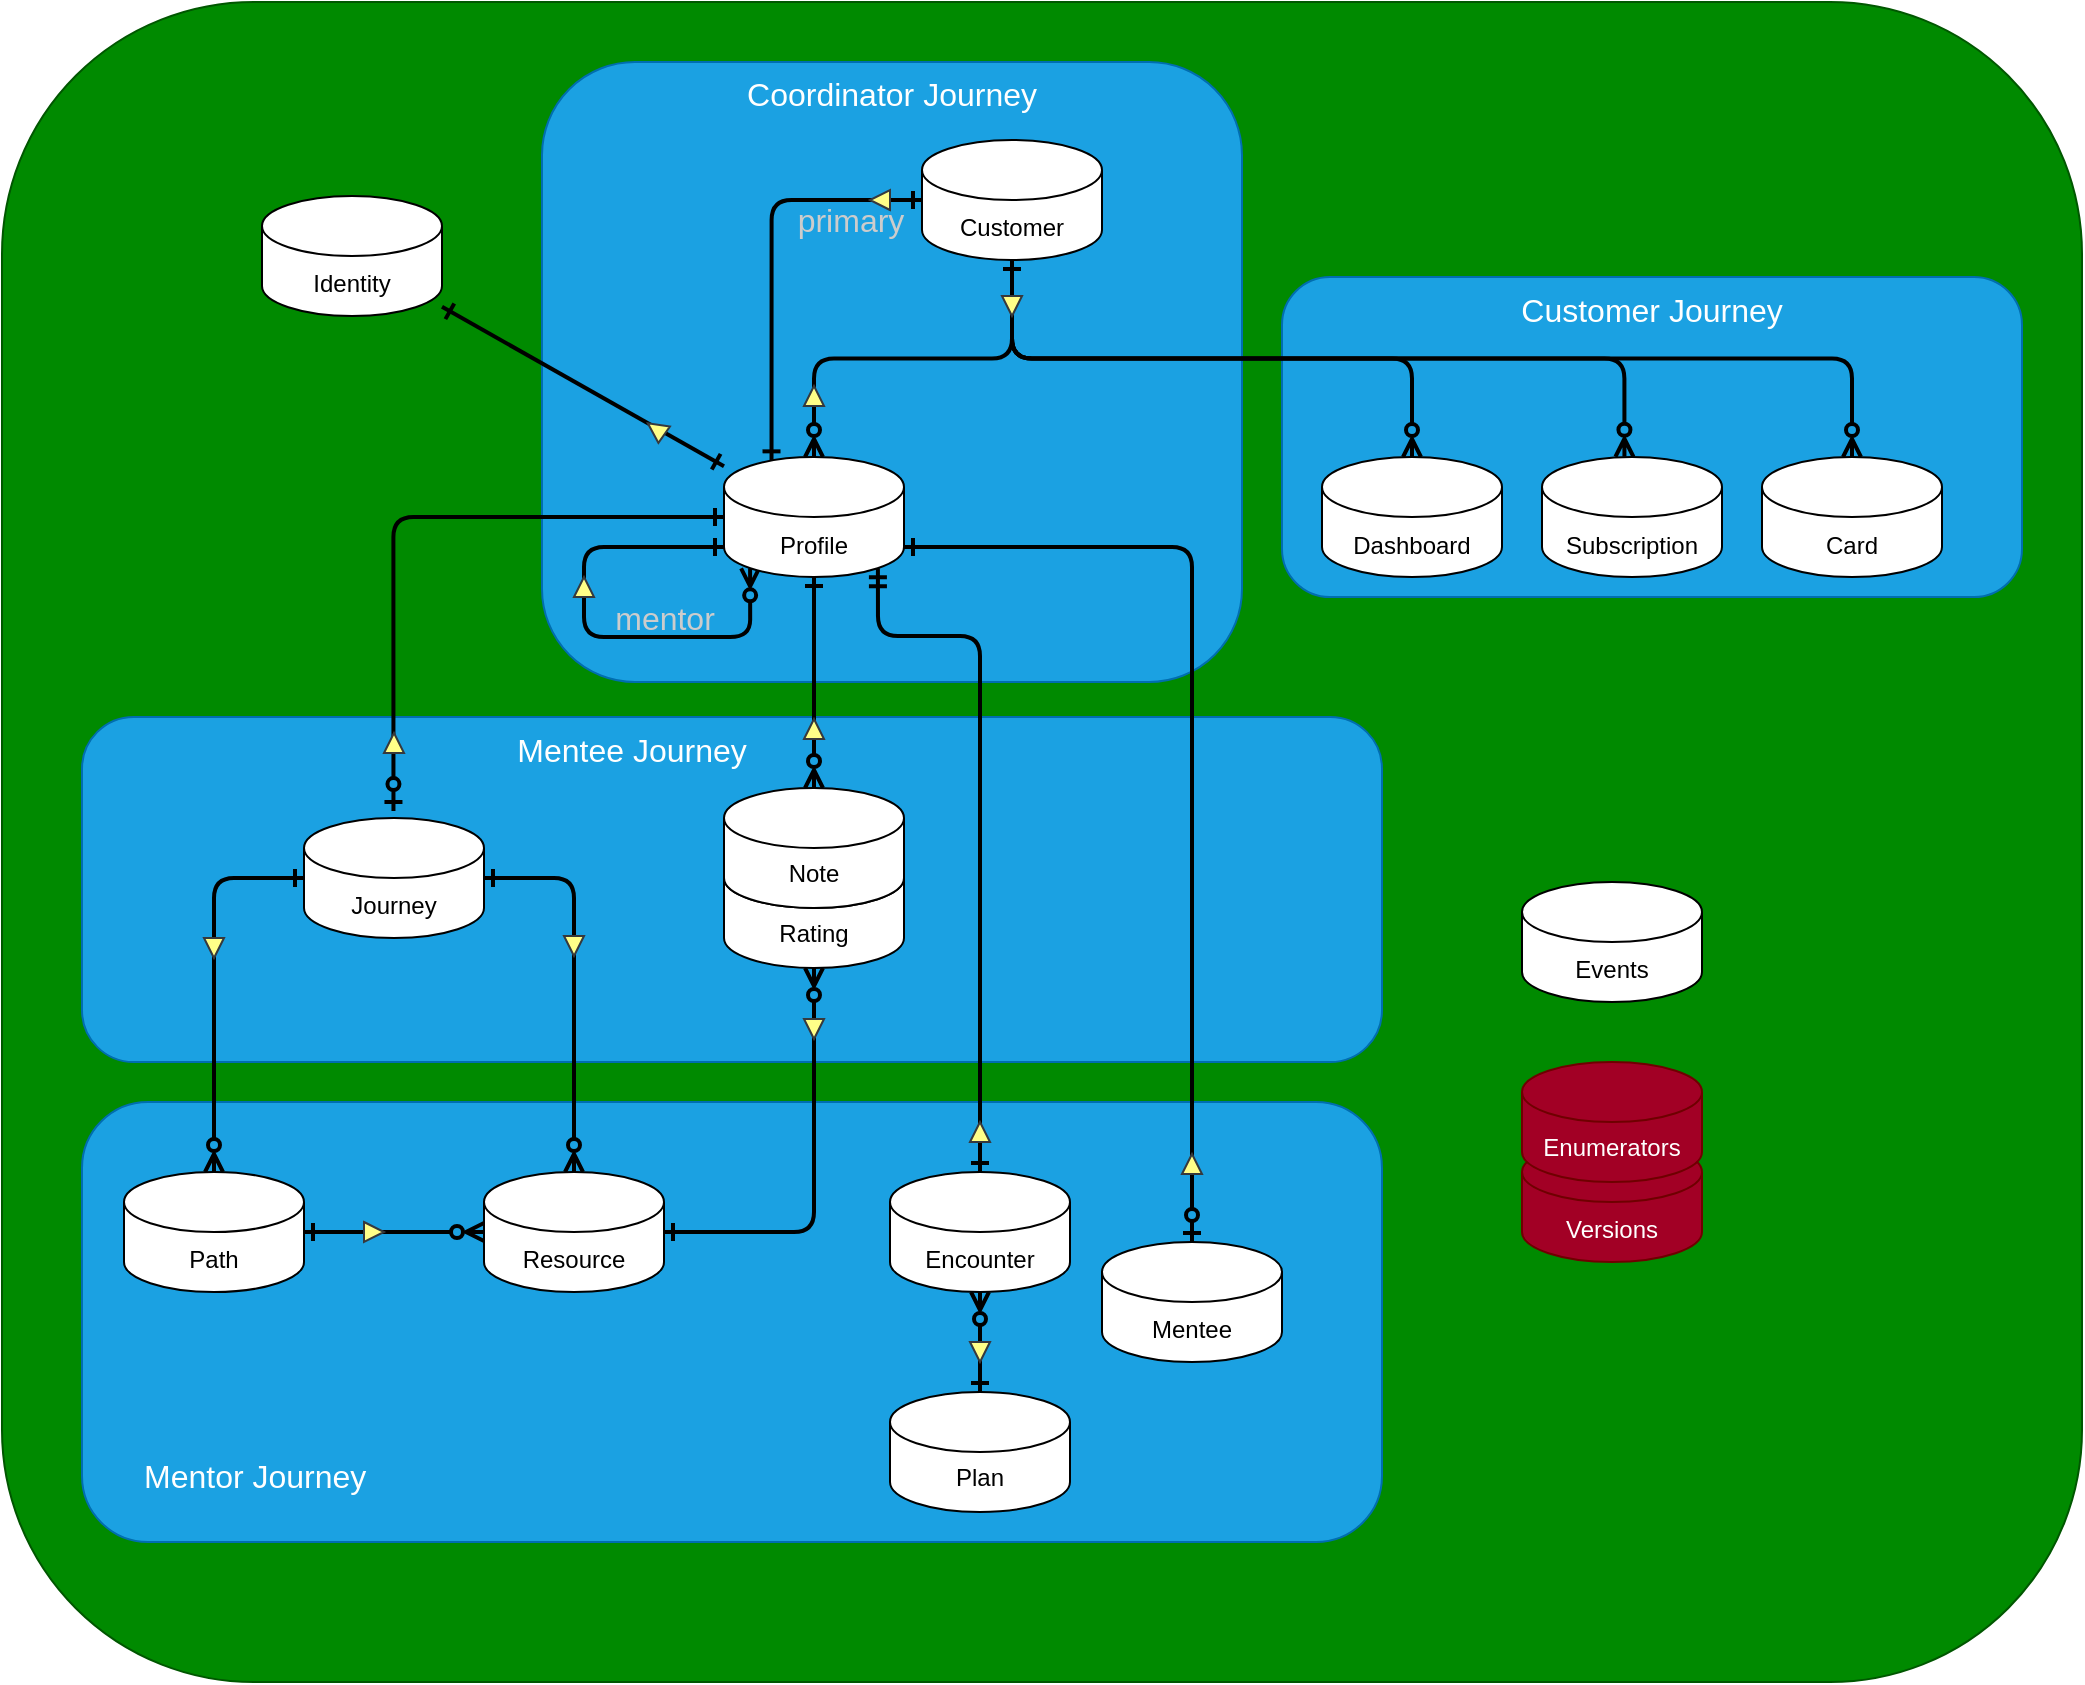
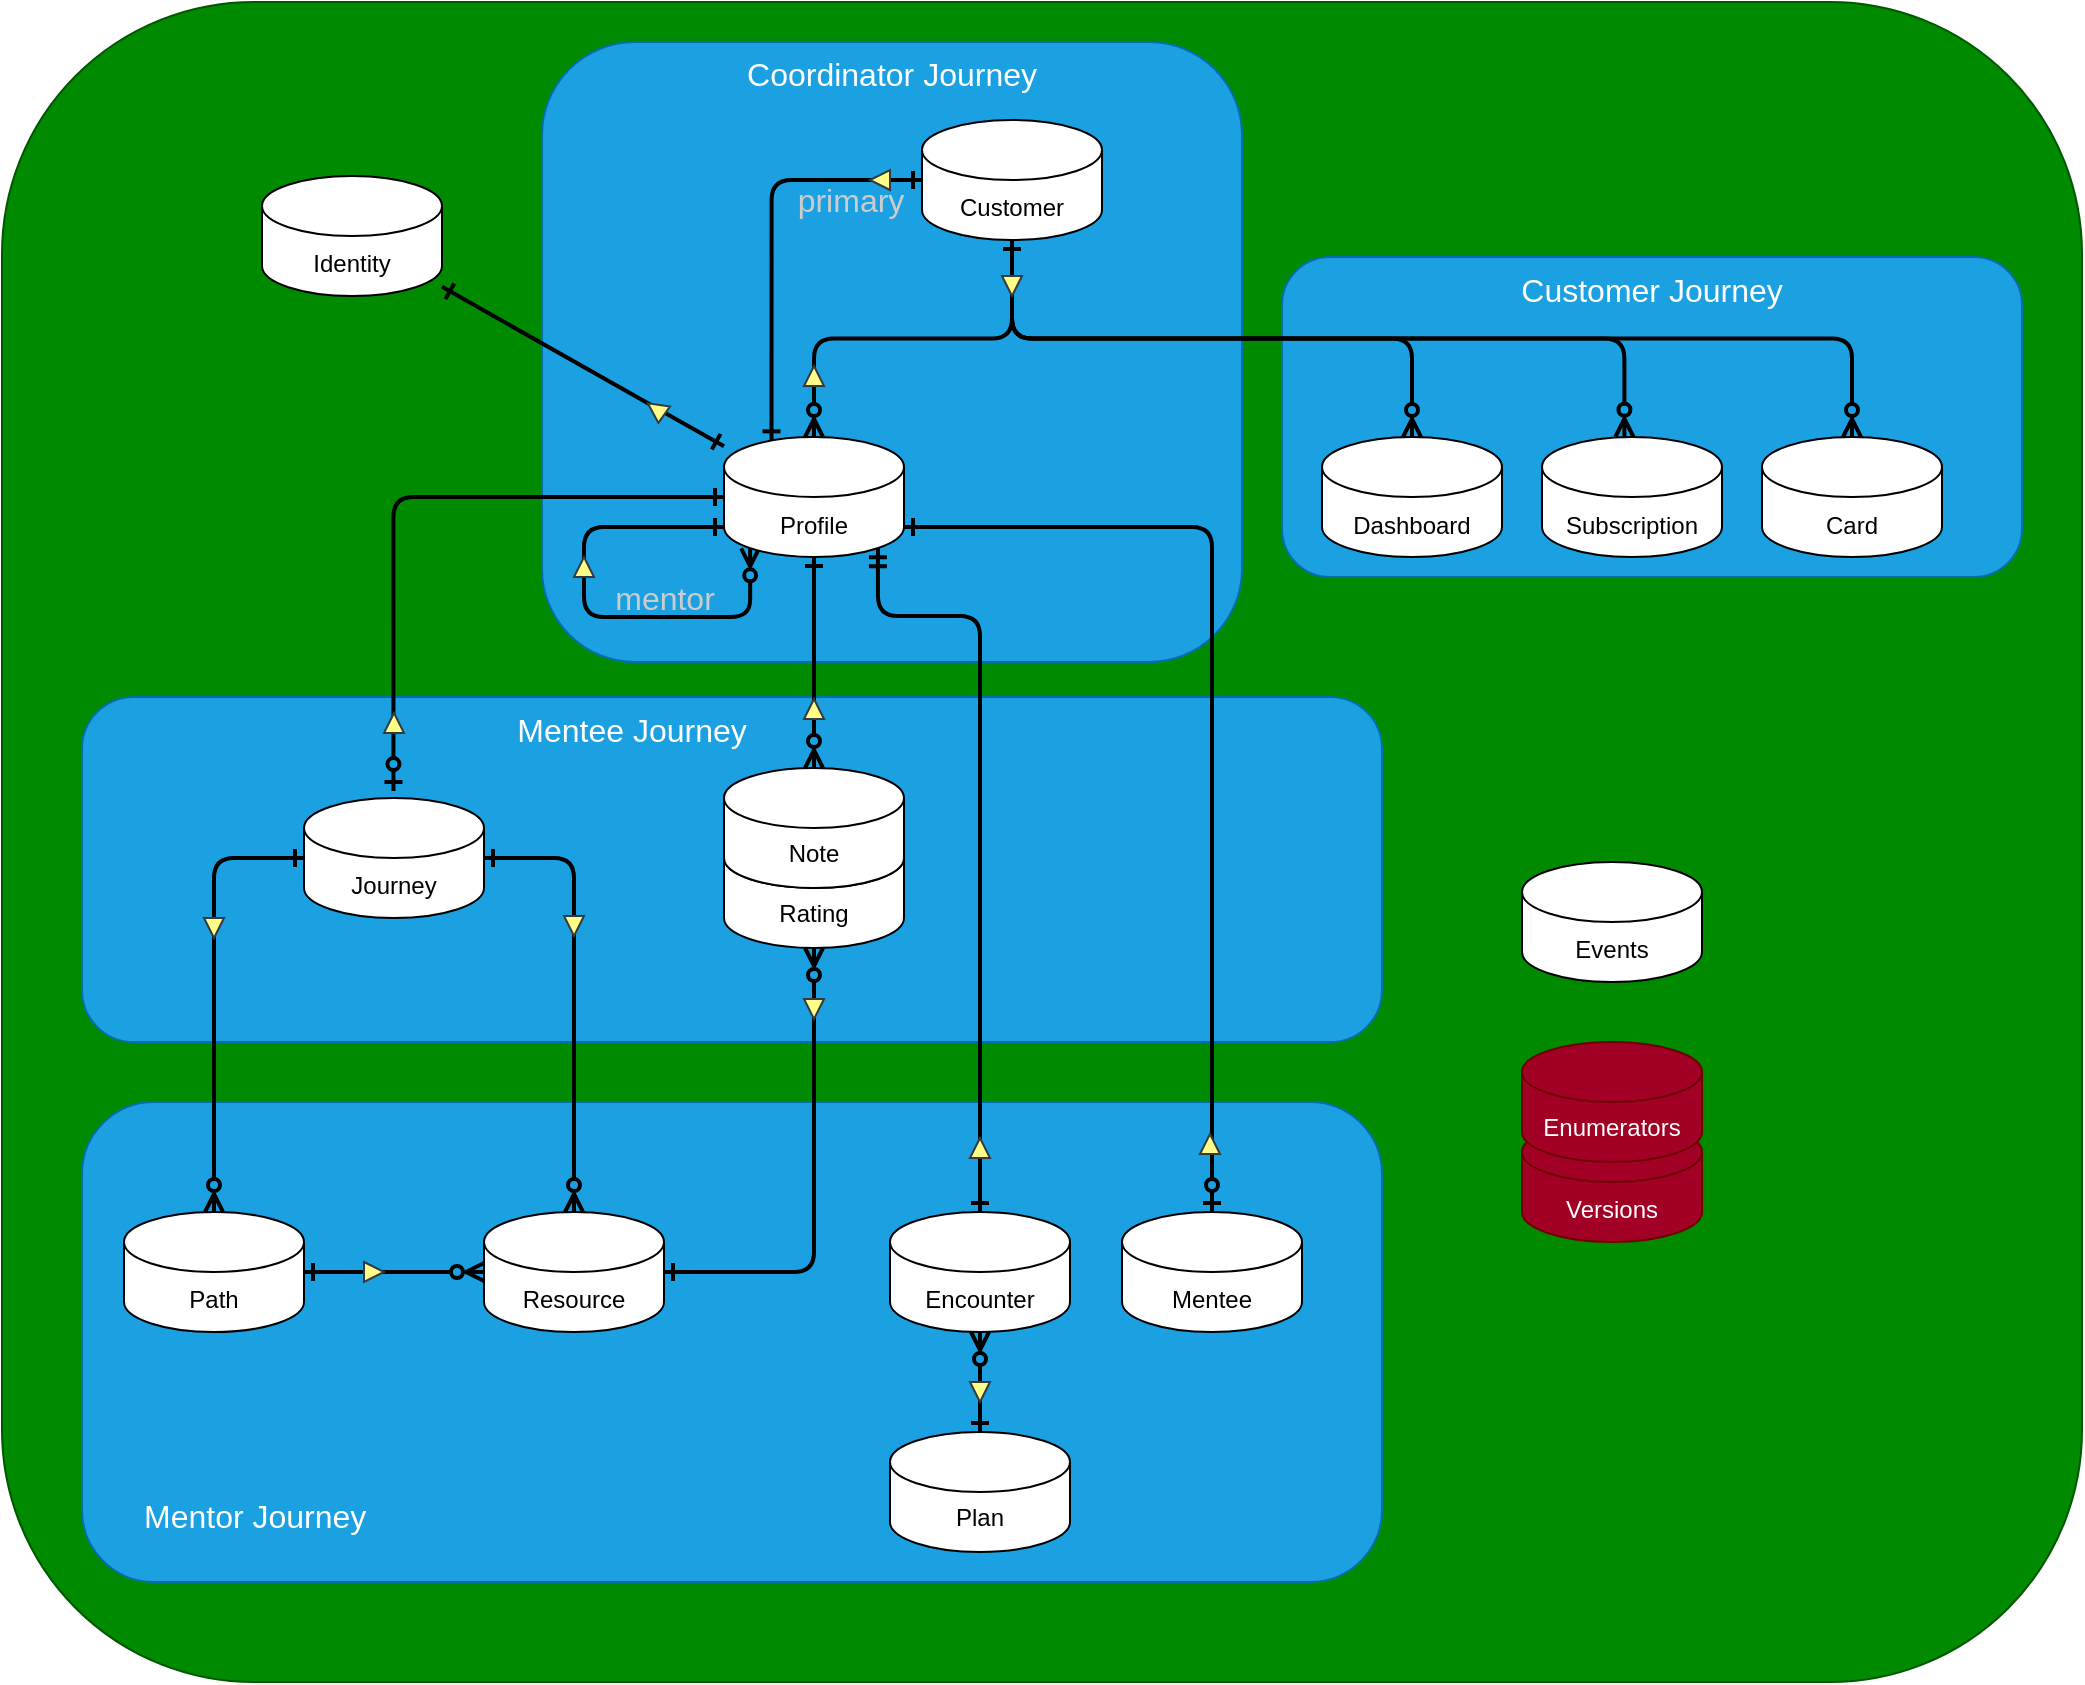
<mxfile host="65bd71144e">
    <diagram id="nsF3EkEgO6K0eGQtcs9W" name="Page-1">
-         <mxGraphModel dx="3095" dy="3278" grid="1" gridSize="10" guides="1" tooltips="1" connect="1" arrows="1" fold="1" page="1" pageScale="1" pageWidth="850" pageHeight="1100" math="0" shadow="0">
+         <mxGraphModel dx="2745" dy="3278" grid="1" gridSize="10" guides="1" tooltips="1" connect="1" arrows="1" fold="1" page="1" pageScale="1" pageWidth="850" pageHeight="1100" math="0" shadow="0">
            <root>
                <mxCell id="0"/>
                <mxCell id="1" parent="0"/>
                <mxCell id="32" value="" style="rounded=1;whiteSpace=wrap;html=1;fillColor=#008a00;strokeColor=#005700;fontColor=#ffffff;" parent="1" vertex="1">
-                     <mxGeometry x="-820" y="-2160" width="1040" height="840" as="geometry"/>
+                     <mxGeometry x="-820" y="-2150" width="1040" height="840" as="geometry"/>
                </mxCell>
                <mxCell id="59" value="Mentor Journey" style="rounded=1;whiteSpace=wrap;html=1;fontSize=16;fillColor=#1ba1e2;strokeColor=#006EAF;fontColor=#ffffff;verticalAlign=bottom;spacingLeft=29;spacingBottom=21;align=left;" parent="1" vertex="1">
-                     <mxGeometry x="-780" y="-1610" width="650" height="220" as="geometry"/>
+                     <mxGeometry x="-780" y="-1600" width="650" height="240" as="geometry"/>
                </mxCell>
                <mxCell id="58" value="Mentee Journey" style="rounded=1;whiteSpace=wrap;html=1;fontSize=16;fillColor=#1ba1e2;strokeColor=#006EAF;fontColor=#ffffff;verticalAlign=top;spacingRight=100;" parent="1" vertex="1">
                    <mxGeometry x="-780" y="-1802.5" width="650" height="172.5" as="geometry"/>
                </mxCell>
                <mxCell id="57" value="Coordinator Journey" style="rounded=1;whiteSpace=wrap;html=1;fontSize=16;fillColor=#1ba1e2;strokeColor=#006EAF;fontColor=#ffffff;verticalAlign=top;" parent="1" vertex="1">
                    <mxGeometry x="-550" y="-2130" width="350" height="310" as="geometry"/>
                </mxCell>
                <mxCell id="55" value="Customer Journey" style="rounded=1;whiteSpace=wrap;html=1;fontSize=16;fillColor=#1ba1e2;strokeColor=#006EAF;fontColor=#ffffff;verticalAlign=top;" parent="1" vertex="1">
                    <mxGeometry x="-180" y="-2022.5" width="370" height="160" as="geometry"/>
                </mxCell>
                <mxCell id="2" value="Dashboard" style="shape=cylinder3;whiteSpace=wrap;html=1;boundedLbl=1;backgroundOutline=1;size=15;spacingTop=3;" parent="1" vertex="1">
                    <mxGeometry x="-160" y="-1932.5" width="90" height="60" as="geometry"/>
                </mxCell>
                <mxCell id="3" value="Events" style="shape=cylinder3;whiteSpace=wrap;html=1;boundedLbl=1;backgroundOutline=1;size=15;spacingTop=3;" parent="1" vertex="1">
                    <mxGeometry x="-60" y="-1720" width="90" height="60" as="geometry"/>
                </mxCell>
                <mxCell id="21" style="edgeStyle=orthogonalEdgeStyle;html=1;exitX=0.5;exitY=1;exitDx=0;exitDy=0;exitPerimeter=0;entryX=1;entryY=0.5;entryDx=0;entryDy=0;entryPerimeter=0;strokeWidth=2;startArrow=ERzeroToMany;startFill=0;endArrow=ERone;endFill=0;" parent="1" source="4" target="7" edge="1">
                    <mxGeometry relative="1" as="geometry"/>
                </mxCell>
                <mxCell id="18" style="edgeStyle=orthogonalEdgeStyle;html=1;exitX=0;exitY=0.5;exitDx=0;exitDy=0;exitPerimeter=0;entryX=0.5;entryY=0;entryDx=0;entryDy=0;entryPerimeter=0;strokeWidth=2;startArrow=ERone;startFill=0;endArrow=ERzeroToMany;endFill=0;" parent="1" source="6" target="8" edge="1">
                    <mxGeometry relative="1" as="geometry"/>
                </mxCell>
                <mxCell id="19" style="edgeStyle=orthogonalEdgeStyle;html=1;exitX=1;exitY=0.5;exitDx=0;exitDy=0;exitPerimeter=0;entryX=0.5;entryY=0;entryDx=0;entryDy=0;entryPerimeter=0;strokeWidth=2;startArrow=ERone;startFill=0;endArrow=ERzeroToMany;endFill=0;" parent="1" source="6" target="7" edge="1">
                    <mxGeometry relative="1" as="geometry"/>
                </mxCell>
                <mxCell id="6" value="Journey" style="shape=cylinder3;whiteSpace=wrap;html=1;boundedLbl=1;backgroundOutline=1;size=15;spacingTop=3;" parent="1" vertex="1">
                    <mxGeometry x="-669" y="-1752" width="90" height="60" as="geometry"/>
                </mxCell>
                <mxCell id="7" value="Resource" style="shape=cylinder3;whiteSpace=wrap;html=1;boundedLbl=1;backgroundOutline=1;size=15;spacingTop=3;" parent="1" vertex="1">
-                     <mxGeometry x="-579" y="-1575" width="90" height="60" as="geometry"/>
+                     <mxGeometry x="-579" y="-1545" width="90" height="60" as="geometry"/>
                </mxCell>
                <mxCell id="50" style="edgeStyle=orthogonalEdgeStyle;html=1;exitX=1;exitY=0.5;exitDx=0;exitDy=0;exitPerimeter=0;entryX=0;entryY=0.5;entryDx=0;entryDy=0;entryPerimeter=0;labelBackgroundColor=none;strokeWidth=2;fontSize=16;startArrow=ERone;startFill=0;endArrow=ERzeroToMany;endFill=0;" parent="1" source="8" target="7" edge="1">
                    <mxGeometry relative="1" as="geometry"/>
                </mxCell>
                <mxCell id="8" value="Path" style="shape=cylinder3;whiteSpace=wrap;html=1;boundedLbl=1;backgroundOutline=1;size=15;spacingTop=3;" parent="1" vertex="1">
-                     <mxGeometry x="-759" y="-1575" width="90" height="60" as="geometry"/>
+                     <mxGeometry x="-759" y="-1545" width="90" height="60" as="geometry"/>
                </mxCell>
                <mxCell id="9" value="Card" style="shape=cylinder3;whiteSpace=wrap;html=1;boundedLbl=1;backgroundOutline=1;size=15;spacingTop=3;" parent="1" vertex="1">
                    <mxGeometry x="60" y="-1932.5" width="90" height="60" as="geometry"/>
                </mxCell>
                <mxCell id="17" value="" style="edgeStyle=none;html=1;endArrow=ERone;endFill=0;startArrow=ERone;startFill=0;strokeWidth=2;" parent="1" source="10" target="11" edge="1">
                    <mxGeometry relative="1" as="geometry"/>
                </mxCell>
                <mxCell id="10" value="Identity" style="shape=cylinder3;whiteSpace=wrap;html=1;boundedLbl=1;backgroundOutline=1;size=15;gradientColor=none;fillColor=default;spacingTop=3;" parent="1" vertex="1">
                    <mxGeometry x="-690" y="-2063" width="90" height="60" as="geometry"/>
                </mxCell>
                <mxCell id="20" style="edgeStyle=orthogonalEdgeStyle;html=1;exitX=0;exitY=0.5;exitDx=0;exitDy=0;exitPerimeter=0;entryX=0.497;entryY=-0.058;entryDx=0;entryDy=0;entryPerimeter=0;strokeWidth=2;startArrow=ERone;startFill=0;endArrow=ERzeroToOne;endFill=0;" parent="1" source="11" target="6" edge="1">
                    <mxGeometry relative="1" as="geometry"/>
                </mxCell>
                <mxCell id="22" style="edgeStyle=orthogonalEdgeStyle;html=1;exitX=0.5;exitY=1;exitDx=0;exitDy=0;exitPerimeter=0;entryX=0.5;entryY=0;entryDx=0;entryDy=0;entryPerimeter=0;strokeWidth=2;startArrow=ERone;startFill=0;endArrow=ERzeroToMany;endFill=0;" parent="1" source="11" target="5" edge="1">
                    <mxGeometry relative="1" as="geometry">
                        <mxPoint x="-404" y="-1852.5" as="sourcePoint"/>
                    </mxGeometry>
                </mxCell>
                <mxCell id="23" style="edgeStyle=orthogonalEdgeStyle;html=1;exitX=0.5;exitY=0;exitDx=0;exitDy=0;exitPerimeter=0;strokeWidth=2;startArrow=ERzeroToMany;startFill=0;endArrow=ERone;endFill=0;" parent="1" source="11" target="15" edge="1">
                    <mxGeometry relative="1" as="geometry"/>
                </mxCell>
                <mxCell id="34" value="mentor" style="edgeStyle=orthogonalEdgeStyle;html=1;labelBackgroundColor=none;strokeWidth=2;fontSize=16;startArrow=ERzeroToMany;startFill=0;endArrow=ERone;endFill=0;entryX=0;entryY=1;entryDx=0;entryDy=-15;entryPerimeter=0;exitX=0.145;exitY=1;exitDx=0;exitDy=-4.35;exitPerimeter=0;fontColor=#CCCCCC;" parent="1" source="11" target="11" edge="1">
                    <mxGeometry x="-0.3335" y="-10" relative="1" as="geometry">
                        <mxPoint x="-489" y="-1872.5" as="sourcePoint"/>
                        <Array as="points">
                            <mxPoint x="-446" y="-1842.5"/>
                            <mxPoint x="-529" y="-1842.5"/>
                            <mxPoint x="-529" y="-1887.5"/>
                        </Array>
                        <mxPoint as="offset"/>
                    </mxGeometry>
                </mxCell>
                <mxCell id="11" value="Profile" style="shape=cylinder3;whiteSpace=wrap;html=1;boundedLbl=1;backgroundOutline=1;size=15;spacingTop=3;" parent="1" vertex="1">
                    <mxGeometry x="-459" y="-1932.5" width="90" height="60" as="geometry"/>
                </mxCell>
                <mxCell id="12" value="Encounter" style="shape=cylinder3;whiteSpace=wrap;html=1;boundedLbl=1;backgroundOutline=1;size=15;spacingTop=3;" parent="1" vertex="1">
-                     <mxGeometry x="-376" y="-1575" width="90" height="60" as="geometry"/>
+                     <mxGeometry x="-376" y="-1545" width="90" height="60" as="geometry"/>
                </mxCell>
                <mxCell id="30" style="edgeStyle=orthogonalEdgeStyle;html=1;exitX=0.5;exitY=0;exitDx=0;exitDy=0;exitPerimeter=0;entryX=0.5;entryY=1;entryDx=0;entryDy=0;entryPerimeter=0;strokeWidth=2;startArrow=ERone;startFill=0;endArrow=ERzeroToMany;endFill=0;" parent="1" source="13" target="12" edge="1">
                    <mxGeometry relative="1" as="geometry"/>
                </mxCell>
                <mxCell id="13" value="Plan" style="shape=cylinder3;whiteSpace=wrap;html=1;boundedLbl=1;backgroundOutline=1;size=15;" parent="1" vertex="1">
-                     <mxGeometry x="-376" y="-1465" width="90" height="60" as="geometry"/>
+                     <mxGeometry x="-376" y="-1435" width="90" height="60" as="geometry"/>
                </mxCell>
                <mxCell id="14" value="Subscription" style="shape=cylinder3;whiteSpace=wrap;html=1;boundedLbl=1;backgroundOutline=1;size=15;spacingTop=3;" parent="1" vertex="1">
                    <mxGeometry x="-50" y="-1932.5" width="90" height="60" as="geometry"/>
                </mxCell>
                <mxCell id="24" style="edgeStyle=orthogonalEdgeStyle;html=1;exitX=0.5;exitY=1;exitDx=0;exitDy=0;exitPerimeter=0;entryX=0.5;entryY=0;entryDx=0;entryDy=0;entryPerimeter=0;strokeWidth=2;startArrow=ERone;startFill=0;endArrow=ERzeroToMany;endFill=0;" parent="1" source="15" target="2" edge="1">
                    <mxGeometry relative="1" as="geometry"/>
                </mxCell>
                <mxCell id="25" style="edgeStyle=orthogonalEdgeStyle;html=1;entryX=0.458;entryY=-0.002;entryDx=0;entryDy=0;entryPerimeter=0;strokeWidth=2;startArrow=ERone;startFill=0;endArrow=ERzeroToMany;endFill=0;exitX=0.5;exitY=1;exitDx=0;exitDy=0;exitPerimeter=0;" parent="1" source="15" target="14" edge="1">
                    <mxGeometry relative="1" as="geometry">
                        <mxPoint x="-250" y="-2010" as="sourcePoint"/>
                    </mxGeometry>
                </mxCell>
                <mxCell id="26" value="" style="edgeStyle=orthogonalEdgeStyle;html=1;exitX=0.5;exitY=1;exitDx=0;exitDy=0;exitPerimeter=0;entryX=0.5;entryY=0;entryDx=0;entryDy=0;entryPerimeter=0;strokeWidth=2;startArrow=ERone;startFill=0;endArrow=ERzeroToMany;endFill=0;fontSize=32;labelBackgroundColor=none;" parent="1" source="15" target="9" edge="1">
                    <mxGeometry relative="1" as="geometry"/>
                </mxCell>
                <mxCell id="33" value="&lt;span style=&quot;font-size: 16px;&quot;&gt;primary&lt;/span&gt;" style="edgeStyle=orthogonalEdgeStyle;html=1;exitX=0;exitY=0.5;exitDx=0;exitDy=0;exitPerimeter=0;labelBackgroundColor=none;strokeWidth=2;fontSize=32;startArrow=ERone;startFill=0;endArrow=ERone;endFill=0;entryX=0.264;entryY=0.028;entryDx=0;entryDy=0;entryPerimeter=0;spacingTop=9;fontColor=#CCCCCC;" parent="1" source="15" target="11" edge="1">
                    <mxGeometry x="-0.6489" relative="1" as="geometry">
                        <Array as="points"/>
                        <mxPoint as="offset"/>
                    </mxGeometry>
                </mxCell>
                <mxCell id="15" value="Customer" style="shape=cylinder3;whiteSpace=wrap;html=1;boundedLbl=1;backgroundOutline=1;size=15;spacingTop=3;" parent="1" vertex="1">
                    <mxGeometry x="-360" y="-2091" width="90" height="60" as="geometry"/>
                </mxCell>
                <mxCell id="27" value="" style="group;spacingTop=3;" parent="1" vertex="1" connectable="0">
                    <mxGeometry x="-459" y="-1767" width="90" height="90" as="geometry"/>
                </mxCell>
                <mxCell id="4" value="Rating" style="shape=cylinder3;whiteSpace=wrap;html=1;boundedLbl=1;backgroundOutline=1;size=15;" parent="27" vertex="1">
                    <mxGeometry y="30" width="90" height="60" as="geometry"/>
                </mxCell>
                <mxCell id="5" value="Note" style="shape=cylinder3;whiteSpace=wrap;html=1;boundedLbl=1;backgroundOutline=1;size=15;" parent="27" vertex="1">
                    <mxGeometry width="90" height="60" as="geometry"/>
                </mxCell>
                <mxCell id="35" value="Versions" style="shape=cylinder3;whiteSpace=wrap;html=1;boundedLbl=1;backgroundOutline=1;size=15;fillColor=#a20025;strokeColor=#6F0000;fontColor=#ffffff;spacingTop=3;" parent="1" vertex="1">
                    <mxGeometry x="-60" y="-1590" width="90" height="60" as="geometry"/>
                </mxCell>
                <mxCell id="36" value="Enumerators" style="shape=cylinder3;whiteSpace=wrap;html=1;boundedLbl=1;backgroundOutline=1;size=15;fillColor=#a20025;strokeColor=#6F0000;fontColor=#ffffff;" parent="1" vertex="1">
                    <mxGeometry x="-60" y="-1630" width="90" height="60" as="geometry"/>
                </mxCell>
                <mxCell id="37" value="" style="triangle;whiteSpace=wrap;html=1;fontSize=16;fillColor=#ffff88;strokeColor=#36393d;rotation=-180;points=[];" parent="1" vertex="1">
                    <mxGeometry x="-386" y="-2066" width="10" height="10" as="geometry"/>
                </mxCell>
                <mxCell id="42" value="" style="triangle;whiteSpace=wrap;html=1;fontSize=16;fillColor=#ffff88;strokeColor=#36393d;rotation=90;points=[];" parent="1" vertex="1">
                    <mxGeometry x="-320" y="-2013" width="10" height="10" as="geometry"/>
                </mxCell>
                <mxCell id="45" value="" style="triangle;whiteSpace=wrap;html=1;fontSize=16;fillColor=#ffff88;strokeColor=#36393d;rotation=-90;points=[];" parent="1" vertex="1">
                    <mxGeometry x="-419" y="-1801.5" width="10" height="10" as="geometry"/>
                </mxCell>
                <mxCell id="46" value="" style="triangle;whiteSpace=wrap;html=1;fontSize=16;fillColor=#ffff88;strokeColor=#36393d;rotation=90;points=[];" parent="1" vertex="1">
                    <mxGeometry x="-419" y="-1651.5" width="10" height="10" as="geometry"/>
                </mxCell>
                <mxCell id="47" value="" style="triangle;whiteSpace=wrap;html=1;fontSize=16;fillColor=#ffff88;strokeColor=#36393d;rotation=90;points=[];" parent="1" vertex="1">
-                     <mxGeometry x="-336" y="-1490" width="10" height="10" as="geometry"/>
+                     <mxGeometry x="-336" y="-1460" width="10" height="10" as="geometry"/>
                </mxCell>
                <mxCell id="48" value="" style="triangle;whiteSpace=wrap;html=1;fontSize=16;fillColor=#ffff88;strokeColor=#36393d;rotation=90;points=[];" parent="1" vertex="1">
                    <mxGeometry x="-539" y="-1693" width="10" height="10" as="geometry"/>
                </mxCell>
                <mxCell id="49" value="" style="triangle;whiteSpace=wrap;html=1;fontSize=16;fillColor=#ffff88;strokeColor=#36393d;rotation=90;points=[];" parent="1" vertex="1">
                    <mxGeometry x="-719" y="-1692" width="10" height="10" as="geometry"/>
                </mxCell>
                <mxCell id="51" value="" style="triangle;whiteSpace=wrap;html=1;fontSize=16;fillColor=#ffff88;strokeColor=#36393d;rotation=0;points=[];" parent="1" vertex="1">
-                     <mxGeometry x="-639" y="-1550" width="10" height="10" as="geometry"/>
+                     <mxGeometry x="-639" y="-1520" width="10" height="10" as="geometry"/>
                </mxCell>
                <mxCell id="52" value="" style="triangle;whiteSpace=wrap;html=1;fontSize=16;fillColor=#ffff88;strokeColor=#36393d;rotation=-90;points=[];" parent="1" vertex="1">
                    <mxGeometry x="-629" y="-1794.5" width="10" height="10" as="geometry"/>
                </mxCell>
                <mxCell id="53" value="" style="triangle;whiteSpace=wrap;html=1;fontSize=16;fillColor=#ffff88;strokeColor=#36393d;rotation=-90;points=[];" parent="1" vertex="1">
                    <mxGeometry x="-534" y="-1872.5" width="10" height="10" as="geometry"/>
                </mxCell>
                <mxCell id="54" value="" style="triangle;whiteSpace=wrap;html=1;fontSize=16;fillColor=#ffff88;strokeColor=#36393d;rotation=-145;points=[];" parent="1" vertex="1">
                    <mxGeometry x="-498" y="-1951.5" width="10" height="10" as="geometry"/>
                </mxCell>
                <mxCell id="31" style="edgeStyle=orthogonalEdgeStyle;html=1;entryX=0.5;entryY=0;entryDx=0;entryDy=0;entryPerimeter=0;strokeWidth=2;startArrow=ERmandOne;startFill=0;endArrow=ERone;endFill=0;exitX=0.855;exitY=1;exitDx=0;exitDy=-4.35;exitPerimeter=0;" parent="1" source="11" target="12" edge="1">
                    <mxGeometry relative="1" as="geometry">
                        <Array as="points">
                            <mxPoint x="-382" y="-1843"/>
                            <mxPoint x="-331" y="-1843"/>
                        </Array>
                    </mxGeometry>
                </mxCell>
                <mxCell id="43" value="" style="triangle;whiteSpace=wrap;html=1;fontSize=16;fillColor=#ffff88;strokeColor=#36393d;rotation=-90;points=[];" parent="1" vertex="1">
-                     <mxGeometry x="-336" y="-1600" width="10" height="10" as="geometry"/>
+                     <mxGeometry x="-336" y="-1582" width="10" height="10" as="geometry"/>
                </mxCell>
                <mxCell id="60" value="" style="triangle;whiteSpace=wrap;html=1;fontSize=16;fillColor=#ffff88;strokeColor=#36393d;rotation=-90;points=[];" parent="1" vertex="1">
                    <mxGeometry x="-419" y="-1968" width="10" height="10" as="geometry"/>
                </mxCell>
                <mxCell id="61" value="Mentee" style="shape=cylinder3;whiteSpace=wrap;html=1;boundedLbl=1;backgroundOutline=1;size=15;spacingTop=3;" vertex="1" parent="1">
-                     <mxGeometry x="-270" y="-1540" width="90" height="60" as="geometry"/>
+                     <mxGeometry x="-260" y="-1545" width="90" height="60" as="geometry"/>
                </mxCell>
                <mxCell id="62" value="" style="edgeStyle=orthogonalEdgeStyle;html=1;endArrow=ERzeroToOne;endFill=0;startArrow=ERone;startFill=0;strokeWidth=2;entryX=0.5;entryY=0;entryDx=0;entryDy=0;entryPerimeter=0;exitX=1;exitY=1;exitDx=0;exitDy=-15;exitPerimeter=0;" edge="1" parent="1" source="11" target="61">
                    <mxGeometry relative="1" as="geometry">
                        <mxPoint x="-590" y="-1997.577922077922" as="sourcePoint"/>
                        <mxPoint x="-449" y="-1917.922077922078" as="targetPoint"/>
                        <Array as="points">
-                             <mxPoint x="-225" y="-1887"/>
+                             <mxPoint x="-215" y="-1887"/>
                        </Array>
                    </mxGeometry>
                </mxCell>
                <mxCell id="63" value="" style="triangle;whiteSpace=wrap;html=1;fontSize=16;fillColor=#ffff88;strokeColor=#36393d;rotation=-90;points=[];" vertex="1" parent="1">
-                     <mxGeometry x="-230" y="-1584" width="10" height="10" as="geometry"/>
+                     <mxGeometry x="-221" y="-1584" width="10" height="10" as="geometry"/>
                </mxCell>
            </root>
        </mxGraphModel>
    </diagram>
</mxfile>